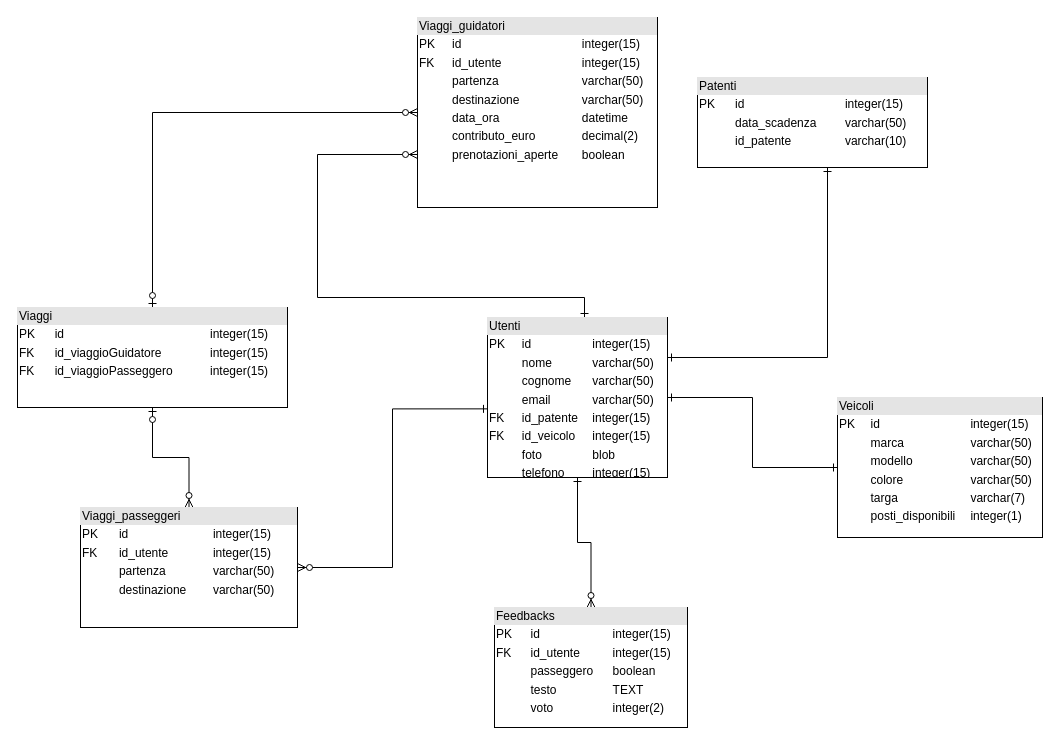
This is Untitled Diagram.drawio from Lor3nzo01/cpp, a draw.io file, before an edit. Source tidied: cells renumbered, new cells numbered last; positions are measured from the earlier drawing's top-left corner, leaving out a move shared by most shapes. Both pictures are drawn from the tidied source at 100%, with x=0, y=0 at pixel (17, 17).
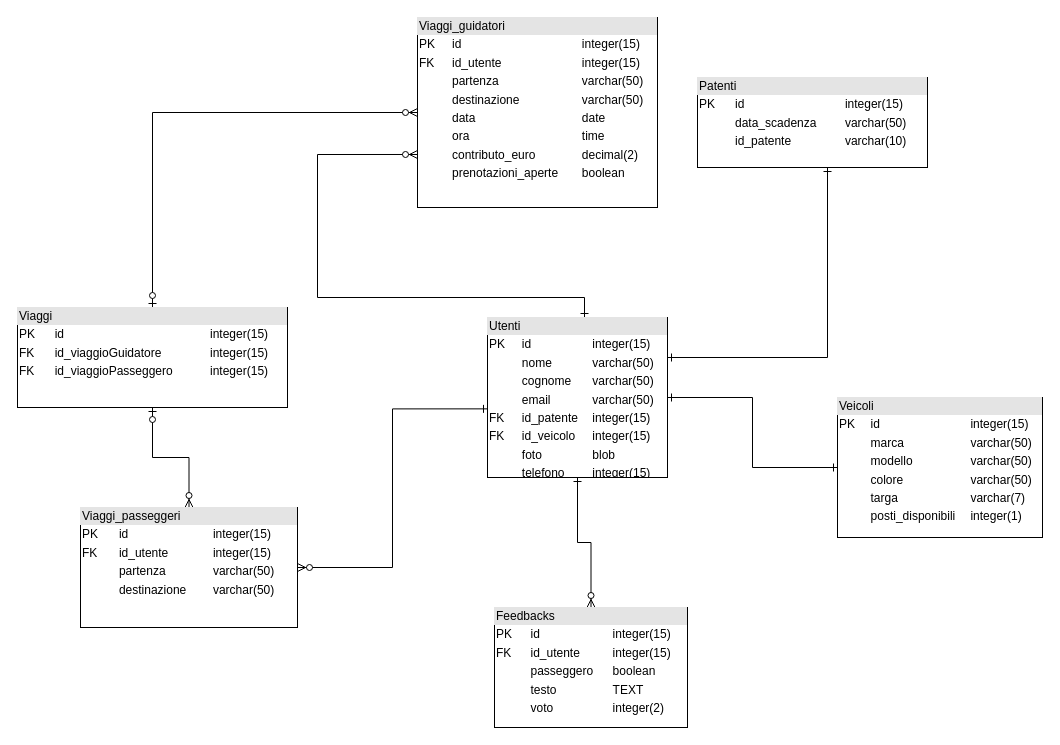
Above is the later version.

The edit, as a diff of the source:
```diff
@@
 <mxGraphModel>
   <root>
     <mxCell id="0" />
     <mxCell id="1" parent="0" />
     <mxCell id="2" style="rounded=0;jettySize=auto;html=1;startArrow=ERone;startFill=0;endArrow=ERone;endFill=0;edgeStyle=orthogonalEdgeStyle;exitX=1;exitY=0.25;exitDx=0;exitDy=0;" parent="1" edge="1" source="5" target="15">
       <mxGeometry relative="1" as="geometry">
         <Array as="points">
           <mxPoint x="810" y="340" />
         </Array>
       </mxGeometry>
     </mxCell>
     <mxCell id="3" style="edgeStyle=orthogonalEdgeStyle;rounded=0;jettySize=auto;html=1;startArrow=ERone;startFill=0;endArrow=ERzeroToMany;endFill=1;entryX=0;entryY=0.721;entryDx=0;entryDy=0;entryPerimeter=0;" parent="1" edge="1" source="5" target="10">
       <mxGeometry relative="1" as="geometry">
         <Array as="points">
           <mxPoint x="567" y="280" />
           <mxPoint x="300" y="280" />
           <mxPoint x="300" y="137" />
         </Array>
       </mxGeometry>
     </mxCell>
     <mxCell id="4" style="edgeStyle=orthogonalEdgeStyle;rounded=0;jettySize=auto;html=1;startArrow=ERone;startFill=0;endArrow=ERzeroToMany;endFill=1;" parent="1" edge="1" source="5" target="6">
       <mxGeometry relative="1" as="geometry" />
     </mxCell>
     <mxCell id="5" value="&lt;div style=&quot;box-sizing: border-box ; width: 100% ; background: #e4e4e4 ; padding: 2px&quot;&gt;Utenti&lt;br&gt;&lt;/div&gt;&lt;table style=&quot;width: 100% ; font-size: 1em&quot; cellspacing=&quot;0&quot; cellpadding=&quot;2&quot;&gt;&lt;tbody&gt;&lt;tr&gt;&lt;td&gt;PK&lt;/td&gt;&lt;td&gt;&lt;br&gt;&lt;/td&gt;&lt;td&gt;&lt;br&gt;&lt;/td&gt;&lt;td&gt;id&lt;/td&gt;&lt;td&gt;integer(15)&lt;/td&gt;&lt;/tr&gt;&lt;tr&gt;&lt;td&gt;&lt;br&gt;&lt;/td&gt;&lt;td&gt;&lt;br&gt;&lt;/td&gt;&lt;td&gt;&lt;br&gt;&lt;/td&gt;&lt;td&gt;nome&lt;/td&gt;&lt;td&gt;varchar(50)&lt;/td&gt;&lt;/tr&gt;&lt;tr&gt;&lt;td&gt;&lt;br&gt;&lt;/td&gt;&lt;td&gt;&lt;br&gt;&lt;/td&gt;&lt;td&gt;&lt;br&gt;&lt;/td&gt;&lt;td&gt;cognome&lt;br&gt;&lt;/td&gt;&lt;td&gt;varchar(50)&lt;br&gt;&lt;/td&gt;&lt;/tr&gt;&lt;tr&gt;&lt;td&gt;&lt;br&gt;&lt;/td&gt;&lt;td&gt;&lt;br&gt;&lt;/td&gt;&lt;td&gt;&lt;br&gt;&lt;/td&gt;&lt;td&gt;email&lt;br&gt;&lt;/td&gt;&lt;td&gt;varchar(50)&lt;br&gt;&lt;/td&gt;&lt;/tr&gt;&lt;tr&gt;&lt;td&gt;FK&lt;br&gt;&lt;/td&gt;&lt;td&gt;&lt;br&gt;&lt;/td&gt;&lt;td&gt;&lt;br&gt;&lt;/td&gt;&lt;td&gt;id_patente&lt;/td&gt;&lt;td&gt;integer(15)&lt;br&gt;&lt;/td&gt;&lt;/tr&gt;&lt;tr&gt;&lt;td&gt;FK&lt;br&gt;&lt;/td&gt;&lt;td&gt;&lt;br&gt;&lt;/td&gt;&lt;td&gt;&lt;br&gt;&lt;/td&gt;&lt;td&gt;id_veicolo&lt;br&gt;&lt;/td&gt;&lt;td&gt;integer(15)&lt;br&gt;&lt;/td&gt;&lt;/tr&gt;&lt;tr&gt;&lt;td&gt;&lt;br&gt;&lt;/td&gt;&lt;td&gt;&lt;br&gt;&lt;/td&gt;&lt;td&gt;&lt;br&gt;&lt;/td&gt;&lt;td&gt;foto&lt;br&gt;&lt;/td&gt;&lt;td&gt;blob&lt;br&gt;&lt;/td&gt;&lt;/tr&gt;&lt;tr&gt;&lt;td&gt;&lt;br&gt;&lt;/td&gt;&lt;td&gt;&lt;br&gt;&lt;/td&gt;&lt;td&gt;&lt;br&gt;&lt;/td&gt;&lt;td&gt;telefono&lt;br&gt;&lt;/td&gt;&lt;td&gt;integer(15)&lt;br&gt;&lt;/td&gt;&lt;/tr&gt;&lt;tr&gt;&lt;td&gt;&lt;br&gt;&lt;/td&gt;&lt;td&gt;&lt;br&gt;&lt;/td&gt;&lt;td&gt;&lt;br&gt;&lt;/td&gt;&lt;td&gt;&lt;br&gt;&lt;/td&gt;&lt;td&gt;&lt;br&gt;&lt;/td&gt;&lt;/tr&gt;&lt;tr&gt;&lt;td&gt;&lt;br&gt;&lt;/td&gt;&lt;td&gt;&lt;br&gt;&lt;/td&gt;&lt;td&gt;&lt;br&gt;&lt;/td&gt;&lt;td&gt;&lt;br&gt;&lt;/td&gt;&lt;td&gt;&lt;br&gt;&lt;/td&gt;&lt;/tr&gt;&lt;tr&gt;&lt;td&gt;&lt;br&gt;&lt;/td&gt;&lt;td&gt;&lt;br&gt;&lt;/td&gt;&lt;td&gt;&lt;br&gt;&lt;/td&gt;&lt;td&gt;&lt;br&gt;&lt;/td&gt;&lt;td&gt;&lt;br&gt;&lt;/td&gt;&lt;/tr&gt;&lt;tr&gt;&lt;td&gt;&lt;br&gt;&lt;/td&gt;&lt;td&gt;&lt;br&gt;&lt;/td&gt;&lt;td&gt;&lt;br&gt;&lt;/td&gt;&lt;td&gt;&lt;br&gt;&lt;/td&gt;&lt;td&gt;&lt;br&gt;&lt;/td&gt;&lt;/tr&gt;&lt;/tbody&gt;&lt;/table&gt;" style="verticalAlign=top;align=left;overflow=fill;html=1;" parent="1" vertex="1">
       <mxGeometry x="470" y="300" width="180" height="160" as="geometry" />
     </mxCell>
     <mxCell id="6" value="&lt;div style=&quot;box-sizing: border-box ; width: 100% ; background: #e4e4e4 ; padding: 2px&quot;&gt;Feedbacks&lt;br&gt;&lt;/div&gt;&lt;table style=&quot;width: 100% ; font-size: 1em&quot; cellspacing=&quot;0&quot; cellpadding=&quot;2&quot;&gt;&lt;tbody&gt;&lt;tr&gt;&lt;td&gt;PK&lt;/td&gt;&lt;td&gt;&lt;br&gt;&lt;/td&gt;&lt;td&gt;&lt;br&gt;&lt;/td&gt;&lt;td&gt;id&lt;/td&gt;&lt;td&gt;integer(15)&lt;/td&gt;&lt;/tr&gt;&lt;tr&gt;&lt;td&gt;FK&lt;br&gt;&lt;/td&gt;&lt;td&gt;&lt;br&gt;&lt;/td&gt;&lt;td&gt;&lt;br&gt;&lt;/td&gt;&lt;td&gt;id_utente&lt;br&gt;&lt;/td&gt;&lt;td&gt;integer(15)&lt;br&gt;&lt;/td&gt;&lt;/tr&gt;&lt;tr&gt;&lt;td&gt;&lt;br&gt;&lt;/td&gt;&lt;td&gt;&lt;br&gt;&lt;/td&gt;&lt;td&gt;&lt;br&gt;&lt;/td&gt;&lt;td&gt;passeggero&lt;br&gt;&lt;/td&gt;&lt;td&gt;boolean&lt;br&gt;&lt;/td&gt;&lt;/tr&gt;&lt;tr&gt;&lt;td&gt;&lt;br&gt;&lt;/td&gt;&lt;td&gt;&lt;br&gt;&lt;/td&gt;&lt;td&gt;&lt;br&gt;&lt;/td&gt;&lt;td&gt;testo&lt;br&gt;&lt;/td&gt;&lt;td&gt;TEXT&lt;br&gt;&lt;/td&gt;&lt;/tr&gt;&lt;tr&gt;&lt;td&gt;&lt;br&gt;&lt;/td&gt;&lt;td&gt;&lt;br&gt;&lt;/td&gt;&lt;td&gt;&lt;br&gt;&lt;/td&gt;&lt;td&gt;voto&lt;br&gt;&lt;/td&gt;&lt;td&gt;integer(2)&lt;br&gt;&lt;/td&gt;&lt;/tr&gt;&lt;tr&gt;&lt;td&gt;&lt;br&gt;&lt;/td&gt;&lt;td&gt;&lt;br&gt;&lt;/td&gt;&lt;td&gt;&lt;br&gt;&lt;/td&gt;&lt;td&gt;&lt;br&gt;&lt;/td&gt;&lt;td&gt;&lt;br&gt;&lt;/td&gt;&lt;/tr&gt;&lt;tr&gt;&lt;td&gt;&lt;br&gt;&lt;/td&gt;&lt;td&gt;&lt;br&gt;&lt;/td&gt;&lt;td&gt;&lt;br&gt;&lt;/td&gt;&lt;td&gt;&lt;br&gt;&lt;/td&gt;&lt;td&gt;&lt;br&gt;&lt;/td&gt;&lt;/tr&gt;&lt;tr&gt;&lt;td&gt;&lt;br&gt;&lt;/td&gt;&lt;td&gt;&lt;br&gt;&lt;/td&gt;&lt;td&gt;&lt;br&gt;&lt;/td&gt;&lt;td&gt;&lt;br&gt;&lt;/td&gt;&lt;td&gt;&lt;br&gt;&lt;/td&gt;&lt;/tr&gt;&lt;tr&gt;&lt;td&gt;&lt;br&gt;&lt;/td&gt;&lt;td&gt;&lt;br&gt;&lt;/td&gt;&lt;td&gt;&lt;br&gt;&lt;/td&gt;&lt;td&gt;&lt;br&gt;&lt;/td&gt;&lt;td&gt;&lt;br&gt;&lt;/td&gt;&lt;/tr&gt;&lt;/tbody&gt;&lt;/table&gt;" style="verticalAlign=top;align=left;overflow=fill;html=1;" parent="1" vertex="1">
       <mxGeometry x="477" y="590" width="193" height="120" as="geometry" />
     </mxCell>
     <mxCell id="7" style="edgeStyle=orthogonalEdgeStyle;rounded=0;jettySize=auto;html=1;entryX=1;entryY=0.5;entryDx=0;entryDy=0;startArrow=ERone;startFill=0;endArrow=ERone;endFill=0;" parent="1" edge="1" source="8" target="5">
       <mxGeometry relative="1" as="geometry" />
     </mxCell>
     <mxCell id="8" value="&lt;div style=&quot;box-sizing: border-box ; width: 100% ; background: #e4e4e4 ; padding: 2px&quot;&gt;Veicoli&lt;br&gt;&lt;/div&gt;&lt;table style=&quot;width: 100% ; font-size: 1em&quot; cellspacing=&quot;0&quot; cellpadding=&quot;2&quot;&gt;&lt;tbody&gt;&lt;tr&gt;&lt;td&gt;PK&lt;/td&gt;&lt;td&gt;&lt;br&gt;&lt;/td&gt;&lt;td&gt;&lt;br&gt;&lt;/td&gt;&lt;td&gt;id&lt;/td&gt;&lt;td&gt;integer(15)&lt;/td&gt;&lt;/tr&gt;&lt;tr&gt;&lt;td&gt;&lt;br&gt;&lt;/td&gt;&lt;td&gt;&lt;br&gt;&lt;/td&gt;&lt;td&gt;&lt;br&gt;&lt;/td&gt;&lt;td&gt;marca&lt;/td&gt;&lt;td&gt;varchar(50)&lt;/td&gt;&lt;/tr&gt;&lt;tr&gt;&lt;td&gt;&lt;br&gt;&lt;/td&gt;&lt;td&gt;&lt;br&gt;&lt;/td&gt;&lt;td&gt;&lt;br&gt;&lt;/td&gt;&lt;td&gt;modello&lt;br&gt;&lt;/td&gt;&lt;td&gt;varchar(50)&lt;br&gt;&lt;/td&gt;&lt;/tr&gt;&lt;tr&gt;&lt;td&gt;&lt;br&gt;&lt;/td&gt;&lt;td&gt;&lt;br&gt;&lt;/td&gt;&lt;td&gt;&lt;br&gt;&lt;/td&gt;&lt;td&gt;colore&lt;br&gt;&lt;/td&gt;&lt;td&gt;varchar(50)&lt;br&gt;&lt;/td&gt;&lt;/tr&gt;&lt;tr&gt;&lt;td&gt;&lt;br&gt;&lt;/td&gt;&lt;td&gt;&lt;br&gt;&lt;/td&gt;&lt;td&gt;&lt;br&gt;&lt;/td&gt;&lt;td&gt;targa&lt;/td&gt;&lt;td&gt;varchar(7)&lt;br&gt;&lt;/td&gt;&lt;/tr&gt;&lt;tr&gt;&lt;td&gt;&lt;br&gt;&lt;/td&gt;&lt;td&gt;&lt;br&gt;&lt;/td&gt;&lt;td&gt;&lt;br&gt;&lt;/td&gt;&lt;td&gt;posti_disponibili&lt;br&gt;&lt;/td&gt;&lt;td&gt;integer(1)&lt;br&gt;&lt;/td&gt;&lt;/tr&gt;&lt;tr&gt;&lt;td&gt;&lt;br&gt;&lt;/td&gt;&lt;td&gt;&lt;br&gt;&lt;/td&gt;&lt;td&gt;&lt;br&gt;&lt;/td&gt;&lt;td&gt;&lt;br&gt;&lt;/td&gt;&lt;td&gt;&lt;br&gt;&lt;/td&gt;&lt;/tr&gt;&lt;tr&gt;&lt;td&gt;&lt;br&gt;&lt;/td&gt;&lt;td&gt;&lt;br&gt;&lt;/td&gt;&lt;td&gt;&lt;br&gt;&lt;/td&gt;&lt;td&gt;&lt;br&gt;&lt;/td&gt;&lt;td&gt;&lt;br&gt;&lt;/td&gt;&lt;/tr&gt;&lt;tr&gt;&lt;td&gt;&lt;br&gt;&lt;/td&gt;&lt;td&gt;&lt;br&gt;&lt;/td&gt;&lt;td&gt;&lt;br&gt;&lt;/td&gt;&lt;td&gt;&lt;br&gt;&lt;/td&gt;&lt;td&gt;&lt;br&gt;&lt;/td&gt;&lt;/tr&gt;&lt;tr&gt;&lt;td&gt;&lt;br&gt;&lt;/td&gt;&lt;td&gt;&lt;br&gt;&lt;/td&gt;&lt;td&gt;&lt;br&gt;&lt;/td&gt;&lt;td&gt;&lt;br&gt;&lt;/td&gt;&lt;td&gt;&lt;br&gt;&lt;/td&gt;&lt;/tr&gt;&lt;/tbody&gt;&lt;/table&gt;" style="verticalAlign=top;align=left;overflow=fill;html=1;" parent="1" vertex="1">
       <mxGeometry x="820" y="380" width="205" height="140" as="geometry" />
     </mxCell>
     <mxCell id="9" style="edgeStyle=orthogonalEdgeStyle;rounded=0;jettySize=auto;html=1;startArrow=ERzeroToMany;startFill=1;endArrow=ERzeroToOne;endFill=1;entryX=0.5;entryY=0;entryDx=0;entryDy=0;" parent="1" edge="1" source="10" target="14">
       <mxGeometry relative="1" as="geometry" />
     </mxCell>
-    <mxCell id="10" value="&lt;div style=&quot;box-sizing: border-box ; width: 100% ; background: #e4e4e4 ; padding: 2px&quot;&gt;Viaggi_guidatori&lt;br&gt;&lt;/div&gt;&lt;table style=&quot;width: 100% ; font-size: 1em&quot; cellspacing=&quot;0&quot; cellpadding=&quot;2&quot;&gt;&lt;tbody&gt;&lt;tr&gt;&lt;td&gt;PK&lt;/td&gt;&lt;td&gt;&lt;br&gt;&lt;/td&gt;&lt;td&gt;&lt;br&gt;&lt;/td&gt;&lt;td&gt;id&lt;/td&gt;&lt;td&gt;integer(15)&lt;/td&gt;&lt;/tr&gt;&lt;tr&gt;&lt;td&gt;FK&lt;br&gt;&lt;/td&gt;&lt;td&gt;&lt;br&gt;&lt;/td&gt;&lt;td&gt;&lt;br&gt;&lt;/td&gt;&lt;td&gt;id_utente&lt;br&gt;&lt;/td&gt;&lt;td&gt;integer(15)&lt;br&gt;&lt;/td&gt;&lt;/tr&gt;&lt;tr&gt;&lt;td&gt;&lt;br&gt;&lt;/td&gt;&lt;td&gt;&lt;br&gt;&lt;/td&gt;&lt;td&gt;&lt;br&gt;&lt;/td&gt;&lt;td&gt;partenza&lt;/td&gt;&lt;td&gt;varchar(50)&lt;/td&gt;&lt;/tr&gt;&lt;tr&gt;&lt;td&gt;&lt;br&gt;&lt;/td&gt;&lt;td&gt;&lt;br&gt;&lt;/td&gt;&lt;td&gt;&lt;br&gt;&lt;/td&gt;&lt;td&gt;destinazione&lt;br&gt;&lt;/td&gt;&lt;td&gt;varchar(50)&lt;br&gt;&lt;/td&gt;&lt;/tr&gt;&lt;tr&gt;&lt;td&gt;&lt;br&gt;&lt;/td&gt;&lt;td&gt;&lt;br&gt;&lt;/td&gt;&lt;td&gt;&lt;br&gt;&lt;/td&gt;&lt;td&gt;data_ora&lt;br&gt;&lt;/td&gt;&lt;td&gt;datetime&lt;br&gt;&lt;/td&gt;&lt;/tr&gt;&lt;tr&gt;&lt;td&gt;&lt;br&gt;&lt;/td&gt;&lt;td&gt;&lt;br&gt;&lt;/td&gt;&lt;td&gt;&lt;br&gt;&lt;/td&gt;&lt;td&gt;contributo_euro&lt;br&gt;&lt;/td&gt;&lt;td&gt;decimal(2)&lt;br&gt;&lt;/td&gt;&lt;/tr&gt;&lt;tr&gt;&lt;td&gt;&lt;br&gt;&lt;/td&gt;&lt;td&gt;&lt;br&gt;&lt;/td&gt;&lt;td&gt;&lt;br&gt;&lt;/td&gt;&lt;td&gt;prenotazioni_aperte&lt;br&gt;&lt;/td&gt;&lt;td&gt;boolean&lt;br&gt;&lt;/td&gt;&lt;/tr&gt;&lt;tr&gt;&lt;td&gt;&lt;br&gt;&lt;/td&gt;&lt;td&gt;&lt;br&gt;&lt;/td&gt;&lt;td&gt;&lt;br&gt;&lt;/td&gt;&lt;td&gt;&lt;br&gt;&lt;/td&gt;&lt;td&gt;&lt;br&gt;&lt;/td&gt;&lt;/tr&gt;&lt;tr&gt;&lt;td&gt;&lt;br&gt;&lt;/td&gt;&lt;td&gt;&lt;br&gt;&lt;/td&gt;&lt;td&gt;&lt;br&gt;&lt;/td&gt;&lt;td&gt;&lt;br&gt;&lt;/td&gt;&lt;td&gt;&lt;br&gt;&lt;/td&gt;&lt;/tr&gt;&lt;tr&gt;&lt;td&gt;&lt;br&gt;&lt;/td&gt;&lt;td&gt;&lt;br&gt;&lt;/td&gt;&lt;td&gt;&lt;br&gt;&lt;/td&gt;&lt;td&gt;&lt;br&gt;&lt;/td&gt;&lt;td&gt;&lt;br&gt;&lt;/td&gt;&lt;/tr&gt;&lt;tr&gt;&lt;td&gt;&lt;br&gt;&lt;/td&gt;&lt;td&gt;&lt;br&gt;&lt;/td&gt;&lt;td&gt;&lt;br&gt;&lt;/td&gt;&lt;td&gt;&lt;br&gt;&lt;/td&gt;&lt;td&gt;&lt;br&gt;&lt;/td&gt;&lt;/tr&gt;&lt;/tbody&gt;&lt;/table&gt;" style="verticalAlign=top;align=left;overflow=fill;html=1;" parent="1" vertex="1">
+    <mxCell id="10" value="&lt;div style=&quot;box-sizing: border-box ; width: 100% ; background: #e4e4e4 ; padding: 2px&quot;&gt;Viaggi_guidatori&lt;br&gt;&lt;/div&gt;&lt;table style=&quot;width: 100% ; font-size: 1em&quot; cellspacing=&quot;0&quot; cellpadding=&quot;2&quot;&gt;&lt;tbody&gt;&lt;tr&gt;&lt;td&gt;PK&lt;/td&gt;&lt;td&gt;&lt;br&gt;&lt;/td&gt;&lt;td&gt;&lt;br&gt;&lt;/td&gt;&lt;td&gt;id&lt;/td&gt;&lt;td&gt;integer(15)&lt;/td&gt;&lt;/tr&gt;&lt;tr&gt;&lt;td&gt;FK&lt;br&gt;&lt;/td&gt;&lt;td&gt;&lt;br&gt;&lt;/td&gt;&lt;td&gt;&lt;br&gt;&lt;/td&gt;&lt;td&gt;id_utente&lt;br&gt;&lt;/td&gt;&lt;td&gt;integer(15)&lt;br&gt;&lt;/td&gt;&lt;/tr&gt;&lt;tr&gt;&lt;td&gt;&lt;br&gt;&lt;/td&gt;&lt;td&gt;&lt;br&gt;&lt;/td&gt;&lt;td&gt;&lt;br&gt;&lt;/td&gt;&lt;td&gt;partenza&lt;/td&gt;&lt;td&gt;varchar(50)&lt;/td&gt;&lt;/tr&gt;&lt;tr&gt;&lt;td&gt;&lt;br&gt;&lt;/td&gt;&lt;td&gt;&lt;br&gt;&lt;/td&gt;&lt;td&gt;&lt;br&gt;&lt;/td&gt;&lt;td&gt;destinazione&lt;br&gt;&lt;/td&gt;&lt;td&gt;varchar(50)&lt;br&gt;&lt;/td&gt;&lt;/tr&gt;&lt;tr&gt;&lt;td&gt;&lt;br&gt;&lt;/td&gt;&lt;td&gt;&lt;br&gt;&lt;/td&gt;&lt;td&gt;&lt;br&gt;&lt;/td&gt;&lt;td&gt;data&lt;br&gt;&lt;/td&gt;&lt;td&gt;date&lt;br&gt;&lt;/td&gt;&lt;/tr&gt;&lt;tr&gt;&lt;td&gt;&lt;br&gt;&lt;/td&gt;&lt;td&gt;&lt;br&gt;&lt;/td&gt;&lt;td&gt;&lt;br&gt;&lt;/td&gt;&lt;td&gt;ora&lt;br&gt;&lt;/td&gt;&lt;td&gt;time&lt;br&gt;&lt;/td&gt;&lt;/tr&gt;&lt;tr&gt;&lt;td&gt;&lt;br&gt;&lt;/td&gt;&lt;td&gt;&lt;br&gt;&lt;/td&gt;&lt;td&gt;&lt;br&gt;&lt;/td&gt;&lt;td&gt;contributo_euro&lt;br&gt;&lt;/td&gt;&lt;td&gt;decimal(2)&lt;br&gt;&lt;/td&gt;&lt;/tr&gt;&lt;tr&gt;&lt;td&gt;&lt;br&gt;&lt;/td&gt;&lt;td&gt;&lt;br&gt;&lt;/td&gt;&lt;td&gt;&lt;br&gt;&lt;/td&gt;&lt;td&gt;prenotazioni_aperte&lt;br&gt;&lt;/td&gt;&lt;td&gt;boolean&lt;br&gt;&lt;/td&gt;&lt;/tr&gt;&lt;tr&gt;&lt;td&gt;&lt;br&gt;&lt;/td&gt;&lt;td&gt;&lt;br&gt;&lt;/td&gt;&lt;td&gt;&lt;br&gt;&lt;/td&gt;&lt;td&gt;&lt;br&gt;&lt;/td&gt;&lt;td&gt;&lt;br&gt;&lt;/td&gt;&lt;/tr&gt;&lt;tr&gt;&lt;td&gt;&lt;br&gt;&lt;/td&gt;&lt;td&gt;&lt;br&gt;&lt;/td&gt;&lt;td&gt;&lt;br&gt;&lt;/td&gt;&lt;td&gt;&lt;br&gt;&lt;/td&gt;&lt;td&gt;&lt;br&gt;&lt;/td&gt;&lt;/tr&gt;&lt;tr&gt;&lt;td&gt;&lt;br&gt;&lt;/td&gt;&lt;td&gt;&lt;br&gt;&lt;/td&gt;&lt;td&gt;&lt;br&gt;&lt;/td&gt;&lt;td&gt;&lt;br&gt;&lt;/td&gt;&lt;td&gt;&lt;br&gt;&lt;/td&gt;&lt;/tr&gt;&lt;tr&gt;&lt;td&gt;&lt;br&gt;&lt;/td&gt;&lt;td&gt;&lt;br&gt;&lt;/td&gt;&lt;td&gt;&lt;br&gt;&lt;/td&gt;&lt;td&gt;&lt;br&gt;&lt;/td&gt;&lt;td&gt;&lt;br&gt;&lt;/td&gt;&lt;/tr&gt;&lt;/tbody&gt;&lt;/table&gt;" style="verticalAlign=top;align=left;overflow=fill;html=1;" parent="1" vertex="1">
       <mxGeometry x="400" width="240" height="190" as="geometry" />
     </mxCell>
     <mxCell id="11" style="edgeStyle=orthogonalEdgeStyle;rounded=0;jettySize=auto;html=1;entryX=0;entryY=0.571;entryDx=0;entryDy=0;entryPerimeter=0;startArrow=ERzeroToMany;startFill=1;endArrow=ERone;endFill=0;" parent="1" edge="1" source="13" target="5">
       <mxGeometry relative="1" as="geometry" />
     </mxCell>
     <mxCell id="12" style="edgeStyle=orthogonalEdgeStyle;rounded=0;jettySize=auto;html=1;startArrow=ERzeroToMany;startFill=1;endArrow=ERzeroToOne;endFill=1;" parent="1" edge="1" source="13" target="14">
       <mxGeometry relative="1" as="geometry" />
     </mxCell>
     <mxCell id="13" value="&lt;div style=&quot;box-sizing: border-box ; width: 100% ; background: #e4e4e4 ; padding: 2px&quot;&gt;Viaggi_passeggeri&lt;/div&gt;&lt;table style=&quot;width: 100% ; font-size: 1em&quot; cellspacing=&quot;0&quot; cellpadding=&quot;2&quot;&gt;&lt;tbody&gt;&lt;tr&gt;&lt;td&gt;PK&lt;/td&gt;&lt;td&gt;&lt;br&gt;&lt;/td&gt;&lt;td&gt;&lt;br&gt;&lt;/td&gt;&lt;td&gt;id&lt;/td&gt;&lt;td&gt;integer(15)&lt;/td&gt;&lt;/tr&gt;&lt;tr&gt;&lt;td&gt;FK&lt;br&gt;&lt;/td&gt;&lt;td&gt;&lt;br&gt;&lt;/td&gt;&lt;td&gt;&lt;br&gt;&lt;/td&gt;&lt;td&gt;id_utente&lt;br&gt;&lt;/td&gt;&lt;td&gt;integer(15)&lt;br&gt;&lt;/td&gt;&lt;/tr&gt;&lt;tr&gt;&lt;td&gt;&lt;br&gt;&lt;/td&gt;&lt;td&gt;&lt;br&gt;&lt;/td&gt;&lt;td&gt;&lt;br&gt;&lt;/td&gt;&lt;td&gt;partenza&lt;/td&gt;&lt;td&gt;varchar(50)&lt;/td&gt;&lt;/tr&gt;&lt;tr&gt;&lt;td&gt;&lt;br&gt;&lt;/td&gt;&lt;td&gt;&lt;br&gt;&lt;/td&gt;&lt;td&gt;&lt;br&gt;&lt;/td&gt;&lt;td&gt;destinazione&lt;br&gt;&lt;/td&gt;&lt;td&gt;varchar(50)&lt;br&gt;&lt;/td&gt;&lt;/tr&gt;&lt;tr&gt;&lt;td&gt;&lt;br&gt;&lt;/td&gt;&lt;td&gt;&lt;br&gt;&lt;/td&gt;&lt;td&gt;&lt;br&gt;&lt;/td&gt;&lt;td&gt;&lt;br&gt;&lt;/td&gt;&lt;td&gt;&lt;br&gt;&lt;/td&gt;&lt;/tr&gt;&lt;tr&gt;&lt;td&gt;&lt;br&gt;&lt;/td&gt;&lt;td&gt;&lt;br&gt;&lt;/td&gt;&lt;td&gt;&lt;br&gt;&lt;/td&gt;&lt;td&gt;&lt;br&gt;&lt;/td&gt;&lt;td&gt;&lt;br&gt;&lt;/td&gt;&lt;/tr&gt;&lt;tr&gt;&lt;td&gt;&lt;br&gt;&lt;/td&gt;&lt;td&gt;&lt;br&gt;&lt;/td&gt;&lt;td&gt;&lt;br&gt;&lt;/td&gt;&lt;td&gt;&lt;br&gt;&lt;/td&gt;&lt;td&gt;&lt;br&gt;&lt;/td&gt;&lt;/tr&gt;&lt;tr&gt;&lt;td&gt;&lt;br&gt;&lt;/td&gt;&lt;td&gt;&lt;br&gt;&lt;/td&gt;&lt;td&gt;&lt;br&gt;&lt;/td&gt;&lt;td&gt;&lt;br&gt;&lt;/td&gt;&lt;td&gt;&lt;br&gt;&lt;/td&gt;&lt;/tr&gt;&lt;tr&gt;&lt;td&gt;&lt;br&gt;&lt;/td&gt;&lt;td&gt;&lt;br&gt;&lt;/td&gt;&lt;td&gt;&lt;br&gt;&lt;/td&gt;&lt;td&gt;&lt;br&gt;&lt;/td&gt;&lt;td&gt;&lt;br&gt;&lt;/td&gt;&lt;/tr&gt;&lt;tr&gt;&lt;td&gt;&lt;br&gt;&lt;/td&gt;&lt;td&gt;&lt;br&gt;&lt;/td&gt;&lt;td&gt;&lt;br&gt;&lt;/td&gt;&lt;td&gt;&lt;br&gt;&lt;/td&gt;&lt;td&gt;&lt;br&gt;&lt;/td&gt;&lt;/tr&gt;&lt;/tbody&gt;&lt;/table&gt;" style="verticalAlign=top;align=left;overflow=fill;html=1;" parent="1" vertex="1">
       <mxGeometry x="63" y="490" width="217" height="120" as="geometry" />
     </mxCell>
     <mxCell id="14" value="&lt;div style=&quot;box-sizing: border-box ; width: 100% ; background: #e4e4e4 ; padding: 2px&quot;&gt;Viaggi&lt;/div&gt;&lt;table style=&quot;width: 100% ; font-size: 1em&quot; cellspacing=&quot;0&quot; cellpadding=&quot;2&quot;&gt;&lt;tbody&gt;&lt;tr&gt;&lt;td&gt;PK&lt;/td&gt;&lt;td&gt;&lt;br&gt;&lt;/td&gt;&lt;td&gt;&lt;br&gt;&lt;/td&gt;&lt;td&gt;id&lt;/td&gt;&lt;td&gt;integer(15)&lt;/td&gt;&lt;/tr&gt;&lt;tr&gt;&lt;td&gt;FK&lt;br&gt;&lt;/td&gt;&lt;td&gt;&lt;br&gt;&lt;/td&gt;&lt;td&gt;&lt;br&gt;&lt;/td&gt;&lt;td&gt;id_viaggioGuidatore&lt;/td&gt;&lt;td&gt;integer(15)&lt;/td&gt;&lt;/tr&gt;&lt;tr&gt;&lt;td&gt;FK&lt;br&gt;&lt;/td&gt;&lt;td&gt;&lt;br&gt;&lt;/td&gt;&lt;td&gt;&lt;br&gt;&lt;/td&gt;&lt;td&gt;id_viaggioPasseggero&lt;br&gt;&lt;/td&gt;&lt;td&gt;integer(15)&lt;br&gt;&lt;/td&gt;&lt;/tr&gt;&lt;tr&gt;&lt;td&gt;&lt;br&gt;&lt;/td&gt;&lt;td&gt;&lt;br&gt;&lt;/td&gt;&lt;td&gt;&lt;br&gt;&lt;/td&gt;&lt;td&gt;&lt;br&gt;&lt;/td&gt;&lt;td&gt;&lt;br&gt;&lt;/td&gt;&lt;/tr&gt;&lt;tr&gt;&lt;td&gt;&lt;br&gt;&lt;/td&gt;&lt;td&gt;&lt;br&gt;&lt;/td&gt;&lt;td&gt;&lt;br&gt;&lt;/td&gt;&lt;td&gt;&lt;br&gt;&lt;/td&gt;&lt;td&gt;&lt;br&gt;&lt;/td&gt;&lt;/tr&gt;&lt;tr&gt;&lt;td&gt;&lt;br&gt;&lt;/td&gt;&lt;td&gt;&lt;br&gt;&lt;/td&gt;&lt;td&gt;&lt;br&gt;&lt;/td&gt;&lt;td&gt;&lt;br&gt;&lt;/td&gt;&lt;td&gt;&lt;br&gt;&lt;/td&gt;&lt;/tr&gt;&lt;tr&gt;&lt;td&gt;&lt;br&gt;&lt;/td&gt;&lt;td&gt;&lt;br&gt;&lt;/td&gt;&lt;td&gt;&lt;br&gt;&lt;/td&gt;&lt;td&gt;&lt;br&gt;&lt;/td&gt;&lt;td&gt;&lt;br&gt;&lt;/td&gt;&lt;/tr&gt;&lt;tr&gt;&lt;td&gt;&lt;br&gt;&lt;/td&gt;&lt;td&gt;&lt;br&gt;&lt;/td&gt;&lt;td&gt;&lt;br&gt;&lt;/td&gt;&lt;td&gt;&lt;br&gt;&lt;/td&gt;&lt;td&gt;&lt;br&gt;&lt;/td&gt;&lt;/tr&gt;&lt;/tbody&gt;&lt;/table&gt;" style="verticalAlign=top;align=left;overflow=fill;html=1;" parent="1" vertex="1">
       <mxGeometry y="290" width="270" height="100" as="geometry" />
     </mxCell>
     <mxCell id="15" value="&lt;div style=&quot;box-sizing: border-box ; width: 100% ; background: #e4e4e4 ; padding: 2px&quot;&gt;Patenti&lt;br&gt;&lt;/div&gt;&lt;table style=&quot;width: 100% ; font-size: 1em&quot; cellspacing=&quot;0&quot; cellpadding=&quot;2&quot;&gt;&lt;tbody&gt;&lt;tr&gt;&lt;td&gt;PK&lt;/td&gt;&lt;td&gt;&lt;br&gt;&lt;/td&gt;&lt;td&gt;&lt;br&gt;&lt;/td&gt;&lt;td&gt;id&lt;/td&gt;&lt;td&gt;integer(15)&lt;/td&gt;&lt;/tr&gt;&lt;tr&gt;&lt;td&gt;&lt;br&gt;&lt;/td&gt;&lt;td&gt;&lt;br&gt;&lt;/td&gt;&lt;td&gt;&lt;br&gt;&lt;/td&gt;&lt;td&gt;data_scadenza&lt;/td&gt;&lt;td&gt;varchar(50)&lt;/td&gt;&lt;/tr&gt;&lt;tr&gt;&lt;td&gt;&lt;br&gt;&lt;/td&gt;&lt;td&gt;&lt;br&gt;&lt;/td&gt;&lt;td&gt;&lt;br&gt;&lt;/td&gt;&lt;td&gt;id_patente&lt;br&gt;&lt;/td&gt;&lt;td&gt;varchar(10)&lt;/td&gt;&lt;/tr&gt;&lt;tr&gt;&lt;td&gt;&lt;br&gt;&lt;/td&gt;&lt;td&gt;&lt;br&gt;&lt;/td&gt;&lt;td&gt;&lt;br&gt;&lt;/td&gt;&lt;td&gt;&lt;br&gt;&lt;/td&gt;&lt;td&gt;&lt;br&gt;&lt;/td&gt;&lt;/tr&gt;&lt;tr&gt;&lt;td&gt;&lt;br&gt;&lt;/td&gt;&lt;td&gt;&lt;br&gt;&lt;/td&gt;&lt;td&gt;&lt;br&gt;&lt;/td&gt;&lt;td&gt;&lt;br&gt;&lt;/td&gt;&lt;td&gt;&lt;br&gt;&lt;/td&gt;&lt;/tr&gt;&lt;tr&gt;&lt;td&gt;&lt;br&gt;&lt;/td&gt;&lt;td&gt;&lt;br&gt;&lt;/td&gt;&lt;td&gt;&lt;br&gt;&lt;/td&gt;&lt;td&gt;&lt;br&gt;&lt;/td&gt;&lt;td&gt;&lt;br&gt;&lt;/td&gt;&lt;/tr&gt;&lt;tr&gt;&lt;td&gt;&lt;br&gt;&lt;/td&gt;&lt;td&gt;&lt;br&gt;&lt;/td&gt;&lt;td&gt;&lt;br&gt;&lt;/td&gt;&lt;td&gt;&lt;br&gt;&lt;/td&gt;&lt;td&gt;&lt;br&gt;&lt;/td&gt;&lt;/tr&gt;&lt;tr&gt;&lt;td&gt;&lt;br&gt;&lt;/td&gt;&lt;td&gt;&lt;br&gt;&lt;/td&gt;&lt;td&gt;&lt;br&gt;&lt;/td&gt;&lt;td&gt;&lt;br&gt;&lt;/td&gt;&lt;td&gt;&lt;br&gt;&lt;/td&gt;&lt;/tr&gt;&lt;tr&gt;&lt;td&gt;&lt;br&gt;&lt;/td&gt;&lt;td&gt;&lt;br&gt;&lt;/td&gt;&lt;td&gt;&lt;br&gt;&lt;/td&gt;&lt;td&gt;&lt;br&gt;&lt;/td&gt;&lt;td&gt;&lt;br&gt;&lt;/td&gt;&lt;/tr&gt;&lt;/tbody&gt;&lt;/table&gt;" style="verticalAlign=top;align=left;overflow=fill;html=1;" parent="1" vertex="1">
       <mxGeometry x="680" y="60" width="230" height="90" as="geometry" />
     </mxCell>
   </root>
 </mxGraphModel>
```
